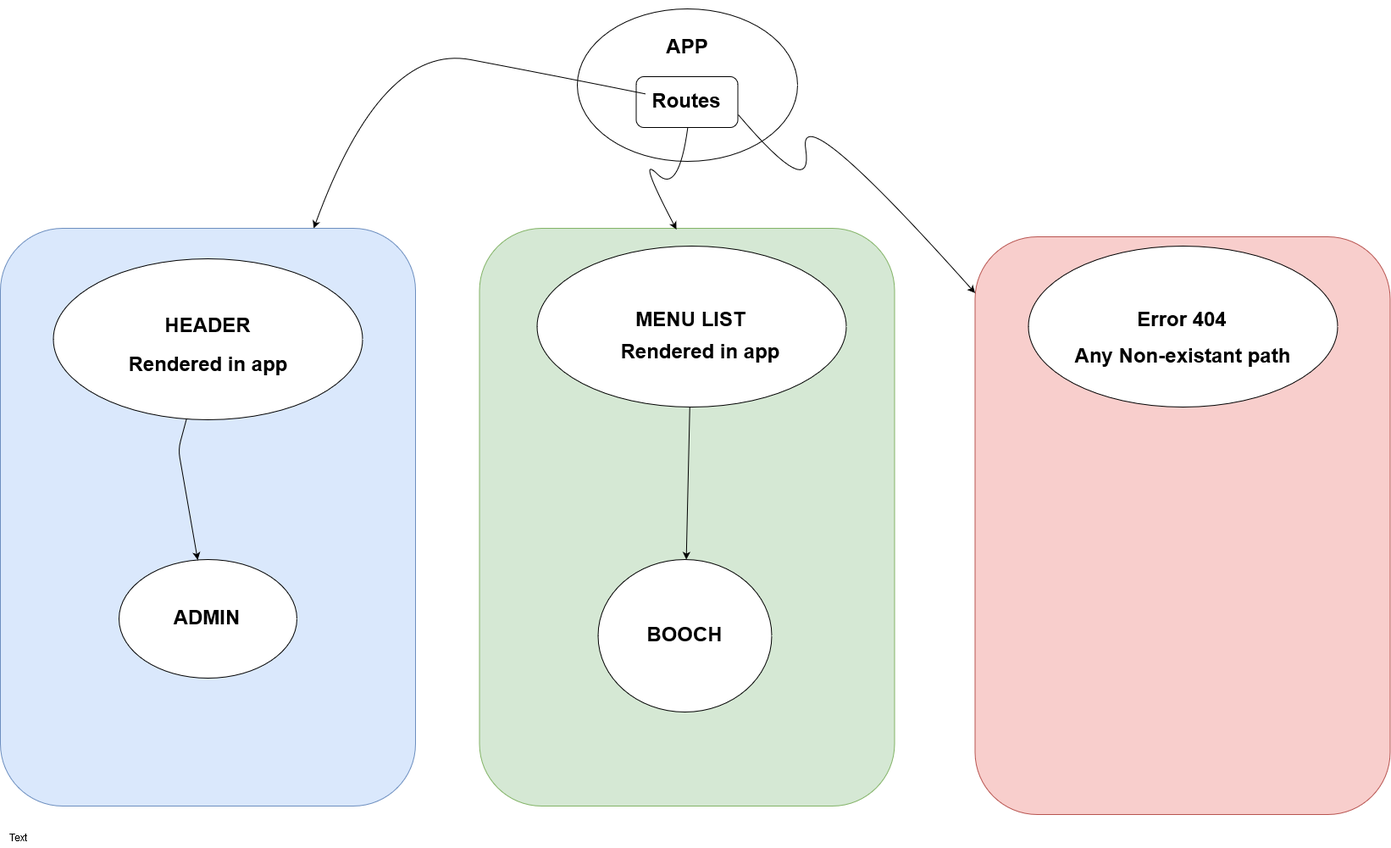
Before: booch-room-tree-1.png, a diagram exported from draw.io (Nathanbn123/Booch-Room-V2). Source tidied: cells renumbered, new cells last; positions are measured from the earlier drawing's top-left corner, leaving out a move shared by most shapes. The source it was exported from:
```xml
<mxGraphModel>
  <root>
    <mxCell id="0" />
    <mxCell id="1" parent="0" />
    <mxCell id="2" style="rounded=1;whiteSpace=wrap;html=1;fillColor=#d5e8d4;strokeColor=#82b366;" parent="1" vertex="1">
      <mxGeometry x="565.5" y="269" width="490" height="682" as="geometry" />
    </mxCell>
    <mxCell id="3" style="ellipse;whiteSpace=wrap;html=1;" parent="1" vertex="1">
      <mxGeometry x="680.5" y="10" width="260" height="180" as="geometry" />
    </mxCell>
    <mxCell id="4" value="&lt;h1 style=&quot;line-height: 200%&quot;&gt;APP&lt;/h1&gt;" style="text;html=1;strokeColor=none;fillColor=none;align=center;verticalAlign=middle;whiteSpace=wrap;rounded=0;" parent="1" vertex="1">
      <mxGeometry x="710.5" width="200" height="110" as="geometry" />
    </mxCell>
    <mxCell id="5" value="&lt;h1&gt;Routes&lt;/h1&gt;" style="rounded=1;whiteSpace=wrap;html=1;" parent="1" vertex="1">
      <mxGeometry x="750.5" y="90" width="120" height="60" as="geometry" />
    </mxCell>
    <mxCell id="6" style="curved=1;endArrow=classic;html=1;exitX=0.25;exitY=1;exitDx=0;exitDy=0;" parent="1" edge="1" source="4" target="14">
      <mxGeometry relative="1" as="geometry">
        <Array as="points">
          <mxPoint x="660.5" y="90" />
          <mxPoint x="450" y="50" />
        </Array>
      </mxGeometry>
    </mxCell>
    <mxCell id="7" value="&lt;h1&gt;MENU LIST&lt;/h1&gt;&lt;div&gt;&lt;br&gt;&lt;/div&gt;" style="ellipse;whiteSpace=wrap;html=1;" parent="1" vertex="1">
      <mxGeometry x="633" y="290" width="365" height="190" as="geometry" />
    </mxCell>
    <mxCell id="8" style="curved=1;endArrow=classic;html=1;exitX=0.5;exitY=1;exitDx=0;exitDy=0;entryX=0.473;entryY=0.002;entryDx=0;entryDy=0;entryPerimeter=0;" parent="1" edge="1" source="5" target="2">
      <mxGeometry relative="1" as="geometry">
        <Array as="points">
          <mxPoint x="800.5" y="230" />
          <mxPoint x="750.5" y="180" />
        </Array>
      </mxGeometry>
    </mxCell>
    <mxCell id="9" style="rounded=1;whiteSpace=wrap;html=1;fillColor=#f8cecc;strokeColor=#b85450;" parent="1" vertex="1">
      <mxGeometry x="1150.5" y="279" width="490" height="682" as="geometry" />
    </mxCell>
    <mxCell id="10" value="&lt;h1&gt;Error 404&lt;/h1&gt;&lt;div&gt;&lt;br&gt;&lt;/div&gt;" style="ellipse;whiteSpace=wrap;html=1;" parent="1" vertex="1">
      <mxGeometry x="1213" y="290" width="365" height="190" as="geometry" />
    </mxCell>
    <mxCell id="11" style="curved=1;endArrow=classic;html=1;exitX=1;exitY=0.75;exitDx=0;exitDy=0;" parent="1" edge="1" source="5" target="9">
      <mxGeometry relative="1" as="geometry">
        <Array as="points">
          <mxPoint x="960.5" y="240" />
          <mxPoint x="940.5" y="110" />
        </Array>
      </mxGeometry>
    </mxCell>
    <mxCell id="12" value="&lt;h1&gt;Any Non-existant path&lt;br&gt;&lt;/h1&gt;" style="text;html=1;align=center;verticalAlign=middle;whiteSpace=wrap;rounded=0;" parent="1" vertex="1">
      <mxGeometry x="1246.5" y="370" width="298" height="100" as="geometry" />
    </mxCell>
    <mxCell id="13" value="&lt;h1&gt;Rendered in app&lt;br&gt;&lt;/h1&gt;" style="text;html=1;strokeColor=none;fillColor=none;align=center;verticalAlign=middle;whiteSpace=wrap;rounded=0;" parent="1" vertex="1">
      <mxGeometry x="665.5" y="385" width="320" height="60" as="geometry" />
    </mxCell>
    <mxCell id="14" style="rounded=1;whiteSpace=wrap;html=1;fillColor=#dae8fc;strokeColor=#6c8ebf;" parent="1" vertex="1">
      <mxGeometry y="269" width="490" height="682" as="geometry" />
    </mxCell>
    <mxCell id="15" value="&lt;h1&gt;HEADER&lt;/h1&gt;&lt;div&gt;&lt;br&gt;&lt;/div&gt;&lt;div&gt;&lt;br&gt;&lt;/div&gt;" style="ellipse;whiteSpace=wrap;html=1;" parent="1" vertex="1">
      <mxGeometry x="62.5" y="305" width="365" height="190" as="geometry" />
    </mxCell>
    <mxCell id="16" value="&lt;h1&gt;Rendered in app&lt;br&gt;&lt;/h1&gt;" style="text;html=1;strokeColor=none;fillColor=none;align=center;verticalAlign=middle;whiteSpace=wrap;rounded=0;" parent="1" vertex="1">
      <mxGeometry x="84.5" y="400" width="320" height="60" as="geometry" />
    </mxCell>
    <mxCell id="17" value="&lt;h1&gt;ADMIN&lt;/h1&gt;" style="ellipse;whiteSpace=wrap;html=1;" parent="1" vertex="1">
      <mxGeometry x="139.5" y="660" width="210" height="140" as="geometry" />
    </mxCell>
    <mxCell id="18" style="endArrow=classic;html=1;" parent="1" edge="1" source="15" target="17">
      <mxGeometry relative="1" as="geometry">
        <Array as="points">
          <mxPoint x="210" y="530" />
        </Array>
      </mxGeometry>
    </mxCell>
    <mxCell id="19" style="endArrow=classic;html=1;" parent="1" edge="1" source="7" target="20">
      <mxGeometry relative="1" as="geometry" />
    </mxCell>
    <mxCell id="20" value="&lt;h1&gt;BOOCH&lt;/h1&gt;" style="ellipse;whiteSpace=wrap;html=1;" parent="1" vertex="1">
      <mxGeometry x="705.5" y="660" width="205" height="180" as="geometry" />
    </mxCell>
    <mxCell id="21" value="Text" style="text;html=1;strokeColor=none;fillColor=none;align=center;verticalAlign=middle;whiteSpace=wrap;rounded=0;" parent="1" vertex="1">
      <mxGeometry y="980" width="40" height="20" as="geometry" />
    </mxCell>
  </root>
</mxGraphModel>
```
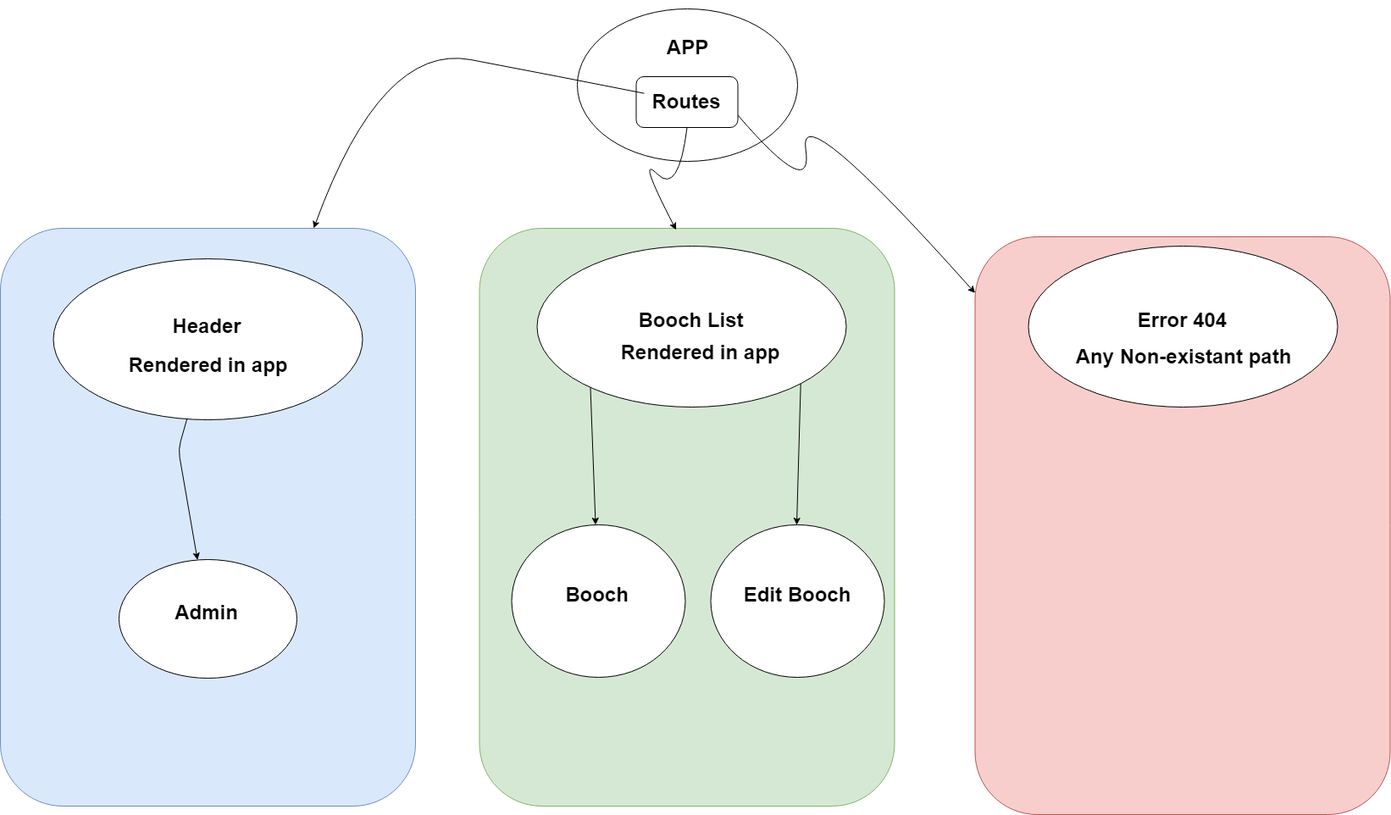
Above is the later version.

Commit message:
update component tree and begin edit functionality

The edit, as a diff of the source:
```diff
@@ -22,7 +22,7 @@
         </Array>
       </mxGeometry>
     </mxCell>
-    <mxCell id="7" value="&lt;h1&gt;MENU LIST&lt;/h1&gt;&lt;div&gt;&lt;br&gt;&lt;/div&gt;" style="ellipse;whiteSpace=wrap;html=1;" parent="1" vertex="1">
+    <mxCell id="7" value="&lt;h1&gt;Booch List&lt;/h1&gt;&lt;div&gt;&lt;br&gt;&lt;/div&gt;" style="ellipse;whiteSpace=wrap;html=1;" parent="1" vertex="1">
       <mxGeometry x="633" y="290" width="365" height="190" as="geometry" />
     </mxCell>
     <mxCell id="8" style="curved=1;endArrow=classic;html=1;exitX=0.5;exitY=1;exitDx=0;exitDy=0;entryX=0.473;entryY=0.002;entryDx=0;entryDy=0;entryPerimeter=0;" parent="1" edge="1" source="5" target="2">
@@ -56,13 +56,13 @@
     <mxCell id="14" style="rounded=1;whiteSpace=wrap;html=1;fillColor=#dae8fc;strokeColor=#6c8ebf;" parent="1" vertex="1">
       <mxGeometry y="269" width="490" height="682" as="geometry" />
     </mxCell>
-    <mxCell id="15" value="&lt;h1&gt;HEADER&lt;/h1&gt;&lt;div&gt;&lt;br&gt;&lt;/div&gt;&lt;div&gt;&lt;br&gt;&lt;/div&gt;" style="ellipse;whiteSpace=wrap;html=1;" parent="1" vertex="1">
+    <mxCell id="15" value="&lt;h1&gt;Header&lt;/h1&gt;&lt;div&gt;&lt;br&gt;&lt;/div&gt;&lt;div&gt;&lt;br&gt;&lt;/div&gt;" style="ellipse;whiteSpace=wrap;html=1;" parent="1" vertex="1">
       <mxGeometry x="62.5" y="305" width="365" height="190" as="geometry" />
     </mxCell>
     <mxCell id="16" value="&lt;h1&gt;Rendered in app&lt;br&gt;&lt;/h1&gt;" style="text;html=1;strokeColor=none;fillColor=none;align=center;verticalAlign=middle;whiteSpace=wrap;rounded=0;" parent="1" vertex="1">
       <mxGeometry x="84.5" y="400" width="320" height="60" as="geometry" />
     </mxCell>
-    <mxCell id="17" value="&lt;h1&gt;ADMIN&lt;/h1&gt;" style="ellipse;whiteSpace=wrap;html=1;" parent="1" vertex="1">
+    <mxCell id="17" value="&lt;h1&gt;Admin&lt;/h1&gt;&lt;div&gt;&lt;br&gt;&lt;/div&gt;" style="ellipse;whiteSpace=wrap;html=1;" parent="1" vertex="1">
       <mxGeometry x="139.5" y="660" width="210" height="140" as="geometry" />
     </mxCell>
     <mxCell id="18" style="endArrow=classic;html=1;" parent="1" edge="1" source="15" target="17">
@@ -72,14 +72,17 @@
         </Array>
       </mxGeometry>
     </mxCell>
-    <mxCell id="19" style="endArrow=classic;html=1;" parent="1" edge="1" source="7" target="20">
+    <mxCell id="19" style="endArrow=classic;html=1;exitX=0.175;exitY=0.878;exitDx=0;exitDy=0;exitPerimeter=0;" parent="1" edge="1" source="7" target="20">
       <mxGeometry relative="1" as="geometry" />
     </mxCell>
-    <mxCell id="20" value="&lt;h1&gt;BOOCH&lt;/h1&gt;" style="ellipse;whiteSpace=wrap;html=1;" parent="1" vertex="1">
-      <mxGeometry x="705.5" y="660" width="205" height="180" as="geometry" />
+    <mxCell id="20" value="&lt;h1&gt;Booch&lt;/h1&gt;&lt;div&gt;&lt;br&gt;&lt;/div&gt;" style="ellipse;whiteSpace=wrap;html=1;" parent="1" vertex="1">
+      <mxGeometry x="603" y="619" width="205" height="180" as="geometry" />
     </mxCell>
-    <mxCell id="21" value="Text" style="text;html=1;strokeColor=none;fillColor=none;align=center;verticalAlign=middle;whiteSpace=wrap;rounded=0;" parent="1" vertex="1">
-      <mxGeometry y="980" width="40" height="20" as="geometry" />
-    </mxCell>
+    <mxCell id="22" value="&lt;h1&gt;Edit Booch&lt;/h1&gt;&lt;div&gt;&lt;br&gt;&lt;/div&gt;" style="ellipse;whiteSpace=wrap;html=1;" parent="1" vertex="1">
+      <mxGeometry x="838" y="619" width="205" height="180" as="geometry" />
+    </mxCell>
+    <mxCell id="23" style="endArrow=classic;html=1;exitX=1;exitY=1;exitDx=0;exitDy=0;entryX=0.5;entryY=0;entryDx=0;entryDy=0;" parent="1" edge="1" source="7" target="22">
+      <mxGeometry relative="1" as="geometry" />
+    </mxCell>
   </root>
 </mxGraphModel>
```
